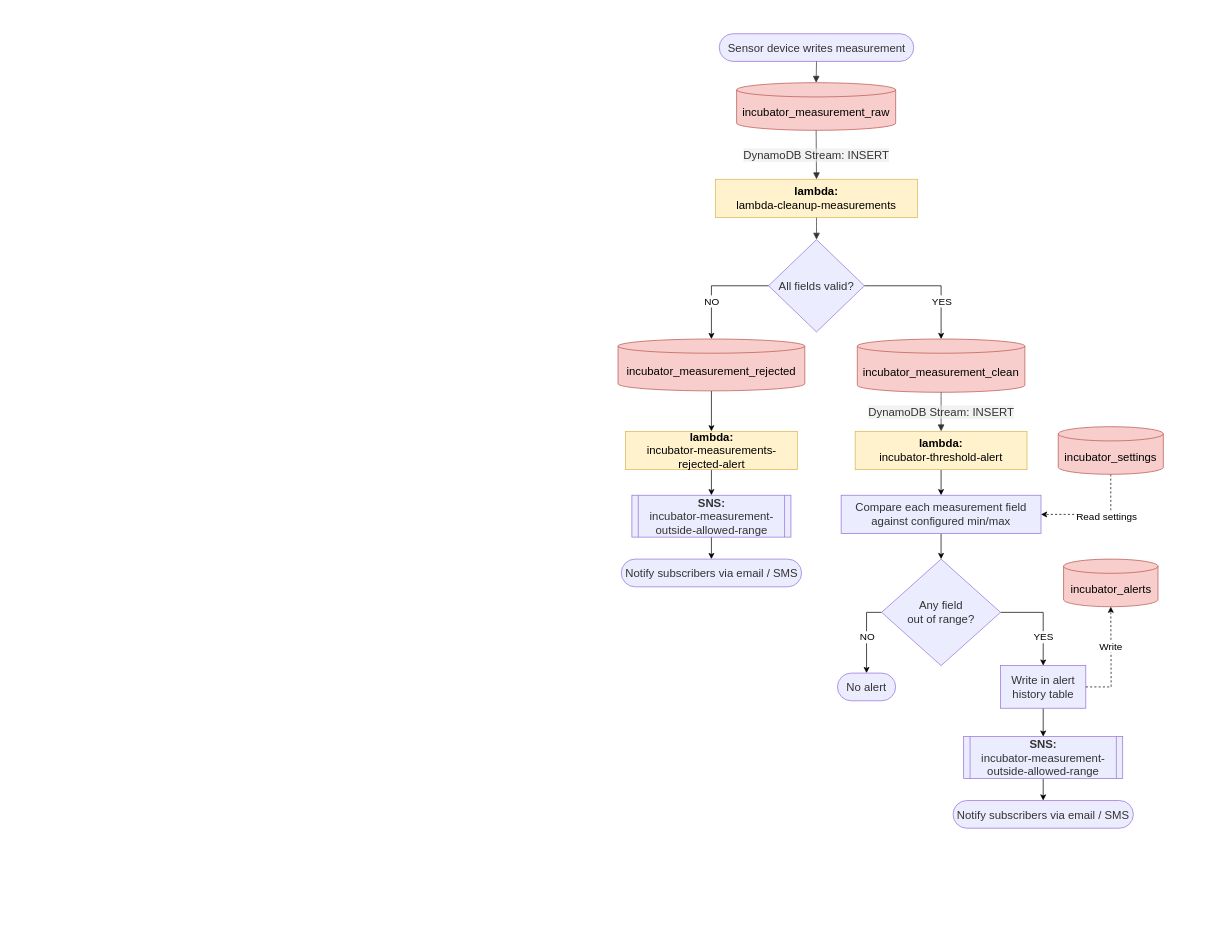
The draw.io diagram incubator_alerting_lambdas_AWS.drawio in goblingift/DrawIO, before the edit. Source tidied: cells renumbered, new cells numbered last; positions are measured from the earlier drawing's top-left corner, leaving out a move shared by most shapes. Both pictures are drawn from the tidied source at 71%, with x=0, y=0 at pixel (12, 12).
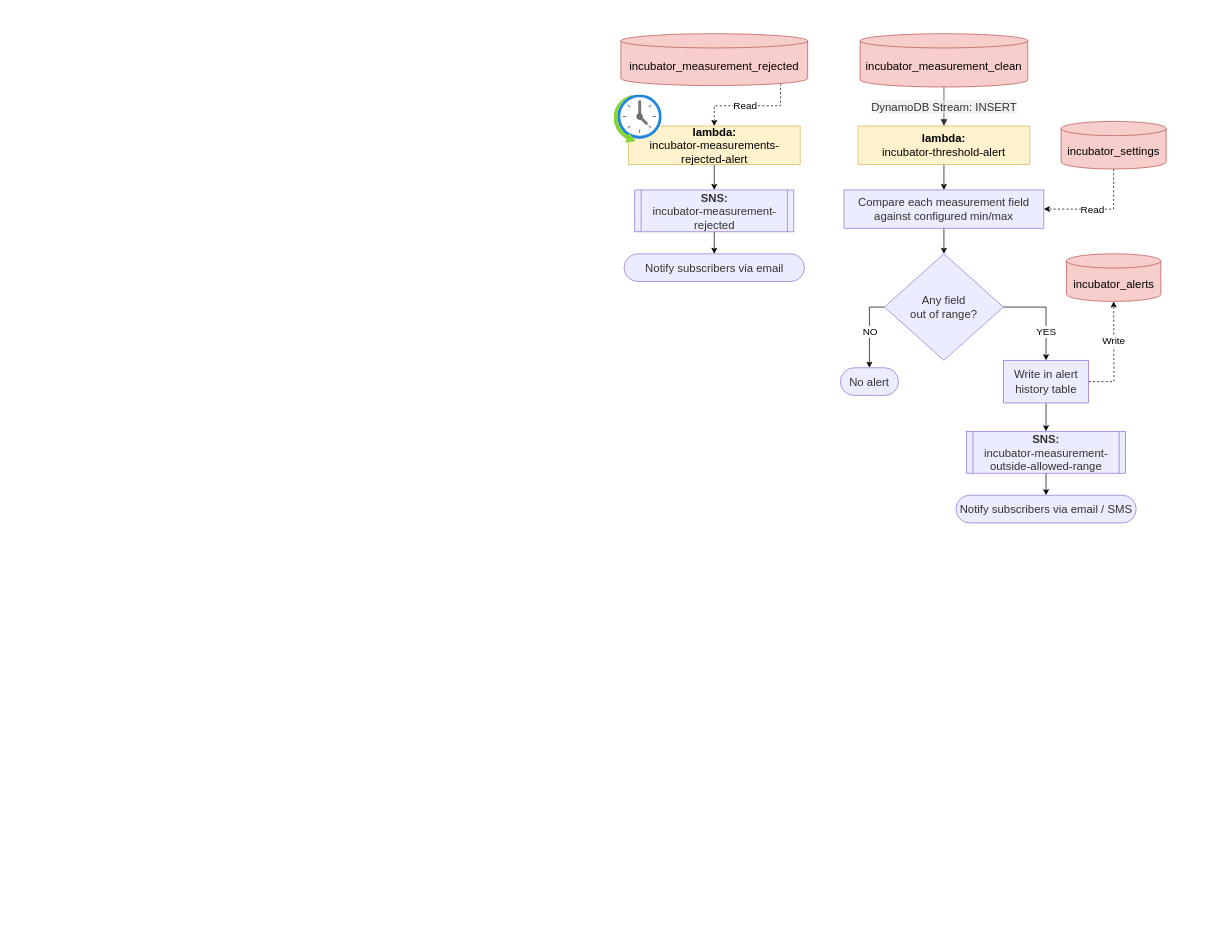
The same page after the edit.

The change refers to these unchanged cells:
```xml
<mxCell id="2" style="group;transparentBounds=1;editIcon=1;lockedGroup=0;groupPadding=20;fontFamily=Arial;" parent="1" vertex="1">
  <mxGeometry width="1697" height="1299" as="geometry" />
</mxCell>
<mxCell id="14" style="edgeStyle=orthogonalEdgeStyle;rounded=0;jettySize=auto;html=1;exitX=0;exitY=0.5;exitDx=0;exitDy=0;entryX=0.5;entryY=0;entryDx=0;entryDy=0;" parent="2" edge="1" source="18" target="19">
  <mxGeometry relative="1" as="geometry" />
</mxCell>
<mxCell id="16" style="edgeStyle=orthogonalEdgeStyle;rounded=0;jettySize=auto;html=1;exitX=1;exitY=0.5;exitDx=0;exitDy=0;entryX=0.5;entryY=0;entryDx=0;entryDy=0;" parent="2" edge="1" source="18" target="36">
  <mxGeometry relative="1" as="geometry" />
</mxCell>
<mxCell id="28" style="edgeStyle=orthogonalEdgeStyle;rounded=0;jettySize=auto;html=1;entryX=1;entryY=0.5;entryDx=0;entryDy=0;startArrow=none;startFill=0;dashed=1;exitX=0.5;exitY=1;exitDx=0;exitDy=0;exitPerimeter=0;endArrow=classic;endFill=1;" parent="2" edge="1" source="30" target="13">
  <mxGeometry relative="1" as="geometry" />
</mxCell>
```

The edit, as a diff of the source:
```diff
@@
-    <mxCell id="3" value="Sensor device writes measurement" style="html=1;rounded=1;whiteSpace=wrap;arcSize=50;strokeWidth=1;fillColor=light-dark(#ECECFF,#1f2020);strokeColor=light-dark(#9370DB,#cccccc);fontColor=light-dark(#333333,#cccccc);fontFamily=Arial;fontSize=16;" parent="2" vertex="1">
-      <mxGeometry x="995.5" y="30" width="274" height="39" as="geometry" />
-    </mxCell>
-    <mxCell id="4" value="incubator_measurement_raw" style="html=1;shape=cylinder3;boundedLbl=1;backgroundOutline=1;size=10;strokeWidth=1;whiteSpace=wrap;fillColor=#f8cecc;strokeColor=#b85450;fontFamily=Arial;fontSize=16;" parent="2" vertex="1">
-      <mxGeometry x="1020" y="99" width="224" height="67" as="geometry" />
-    </mxCell>
-    <mxCell id="5" value="&lt;b&gt;lambda:&lt;br&gt;&lt;/b&gt;lambda-cleanup-measurements" style="html=1;whiteSpace=wrap;strokeWidth=1;fillColor=#fff2cc;strokeColor=#d6b656;fontFamily=Arial;fontSize=16;" parent="2" vertex="1">
-      <mxGeometry x="990" y="235" width="285" height="54" as="geometry" />
-    </mxCell>
-    <mxCell id="6" value="All fields valid?" style="rhombus;html=1;strokeWidth=1;whiteSpace=wrap;fillColor=light-dark(#ECECFF,#1f2020);strokeColor=light-dark(#9370DB,#cccccc);fontColor=light-dark(#333333,#cccccc);fontFamily=Arial;fontSize=16;" parent="2" vertex="1">
-      <mxGeometry x="1065" y="320" width="135" height="130" as="geometry" />
-    </mxCell>
     <mxCell id="7" value="incubator_measurement_clean" style="html=1;shape=cylinder3;boundedLbl=1;backgroundOutline=1;size=10;strokeWidth=1;whiteSpace=wrap;fillColor=#f8cecc;strokeColor=#b85450;fontFamily=Arial;fontSize=16;" parent="2" vertex="1">
-      <mxGeometry x="1190" y="460" width="236" height="75" as="geometry" />
+      <mxGeometry x="1194" y="30" width="236" height="75" as="geometry" />
     </mxCell>
-    <mxCell id="8" style="edgeStyle=orthogonalEdgeStyle;rounded=0;jettySize=auto;html=1;exitX=0.5;exitY=1;exitDx=0;exitDy=0;exitPerimeter=0;entryX=0.5;entryY=0;entryDx=0;entryDy=0;" parent="2" edge="1" source="9" target="39">
+    <mxCell id="8" style="edgeStyle=orthogonalEdgeStyle;rounded=0;jettySize=auto;html=1;exitX=0.855;exitY=1;exitDx=0;exitDy=-2.9;exitPerimeter=0;entryX=0.5;entryY=0;entryDx=0;entryDy=0;dashed=1;" parent="2" edge="1" source="9" target="39">
       <mxGeometry relative="1" as="geometry" />
     </mxCell>
+    <mxCell id="43" value="&lt;font face=&quot;Arial&quot; style=&quot;font-size: 14px;&quot;&gt;Read&lt;/font&gt;" style="edgeLabel;html=1;align=center;verticalAlign=middle;" parent="8" vertex="1">
+      <mxGeometry x="0.07" relative="1" as="geometry" />
+    </mxCell>
     <mxCell id="9" value="incubator_measurement_rejected" style="html=1;shape=cylinder3;boundedLbl=1;backgroundOutline=1;size=10;strokeWidth=1;whiteSpace=wrap;fillColor=#f8cecc;strokeColor=#b85450;fontFamily=Arial;fontSize=16;" parent="2" vertex="1">
-      <mxGeometry x="853" y="460" width="263" height="73" as="geometry" />
+      <mxGeometry x="857" y="30" width="263" height="73" as="geometry" />
     </mxCell>
@@
     <mxCell id="11" value="&lt;b&gt;lambda:&lt;br&gt;&lt;/b&gt;incubator-threshold-alert" style="html=1;whiteSpace=wrap;strokeWidth=1;fillColor=#fff2cc;strokeColor=#d6b656;fontFamily=Arial;fontSize=16;" parent="2" vertex="1">
-      <mxGeometry x="1187" y="590" width="242" height="54" as="geometry" />
+      <mxGeometry x="1191" y="160" width="242" height="54" as="geometry" />
     </mxCell>
@@
     <mxCell id="13" value="Compare each measurement field&#10;against configured min/max" style="html=1;whiteSpace=wrap;strokeWidth=1;fillColor=light-dark(#ECECFF,#1f2020);strokeColor=light-dark(#9370DB,#cccccc);fontColor=light-dark(#333333,#cccccc);fontFamily=Arial;fontSize=16;" parent="2" vertex="1">
-      <mxGeometry x="1167.2" y="680" width="281.5" height="54" as="geometry" />
+      <mxGeometry x="1171.2" y="250" width="281.5" height="54" as="geometry" />
     </mxCell>
@@
-    <mxCell id="15" value="NO" style="edgeLabel;html=1;align=center;verticalAlign=middle;fontSize=14;" parent="14" vertex="1">
+    <mxCell id="15" value="&lt;font face=&quot;Arial&quot;&gt;NO&lt;/font&gt;" style="edgeLabel;html=1;align=center;verticalAlign=middle;fontSize=14;" parent="14" vertex="1">
       <mxGeometry x="0.46" y="-1" relative="1" as="geometry">
         <mxPoint x="1" y="-22" as="offset" />
       </mxGeometry>
     </mxCell>
@@
-    <mxCell id="17" value="&lt;font style=&quot;font-size: 14px;&quot;&gt;YES&lt;/font&gt;" style="edgeLabel;html=1;align=center;verticalAlign=middle;" parent="16" vertex="1">
+    <mxCell id="17" value="&lt;font style=&quot;font-size: 14px;&quot; face=&quot;Arial&quot;&gt;YES&lt;/font&gt;" style="edgeLabel;html=1;align=center;verticalAlign=middle;" parent="16" vertex="1">
       <mxGeometry x="0.6" relative="1" as="geometry">
         <mxPoint y="-13" as="offset" />
       </mxGeometry>
     </mxCell>
     <mxCell id="18" value="Any field&#10;out of range?" style="rhombus;html=1;strokeWidth=1;whiteSpace=wrap;fillColor=light-dark(#ECECFF,#1f2020);strokeColor=light-dark(#9370DB,#cccccc);fontColor=light-dark(#333333,#cccccc);fontFamily=Arial;fontSize=16;" parent="2" vertex="1">
-      <mxGeometry x="1224.2" y="770" width="167.5" height="150" as="geometry" />
+      <mxGeometry x="1228.2" y="340" width="167.5" height="150" as="geometry" />
     </mxCell>
     <mxCell id="19" value="No alert" style="html=1;rounded=1;whiteSpace=wrap;arcSize=50;strokeWidth=1;fillColor=light-dark(#ECECFF,#1f2020);strokeColor=light-dark(#9370DB,#cccccc);fontColor=light-dark(#333333,#cccccc);fontFamily=Arial;fontSize=16;" parent="2" vertex="1">
-      <mxGeometry x="1162" y="930.5" width="82" height="39" as="geometry" />
+      <mxGeometry x="1166" y="500.5" width="82" height="39" as="geometry" />
     </mxCell>
     <mxCell id="20" value="incubator_alerts" style="html=1;shape=cylinder3;boundedLbl=1;backgroundOutline=1;size=10;strokeWidth=1;whiteSpace=wrap;fillColor=#f8cecc;strokeColor=#b85450;fontFamily=Arial;fontSize=16;" parent="2" vertex="1">
-      <mxGeometry x="1480.5" y="770" width="133" height="67" as="geometry" />
+      <mxGeometry x="1484.5" y="340" width="133" height="67" as="geometry" />
     </mxCell>
@@
     <mxCell id="22" value="&lt;b&gt;SNS:&lt;br&gt;&lt;/b&gt;incubator-measurement-&lt;br&gt;outside-allowed-range" style="html=1;strokeWidth=1;shape=process;whiteSpace=wrap;size=0.04;fillColor=light-dark(#ECECFF,#1f2020);strokeColor=light-dark(#9370DB,#cccccc);fontColor=light-dark(#333333,#cccccc);fontFamily=Arial;fontSize=16;" parent="2" vertex="1">
-      <mxGeometry x="1339.8" y="1020" width="224" height="59" as="geometry" />
+      <mxGeometry x="1343.8" y="590" width="224" height="59" as="geometry" />
     </mxCell>
     <mxCell id="23" value="Notify subscribers via email / SMS" style="html=1;rounded=1;whiteSpace=wrap;arcSize=50;strokeWidth=1;fillColor=light-dark(#ECECFF,#1f2020);strokeColor=light-dark(#9370DB,#cccccc);fontColor=light-dark(#333333,#cccccc);fontFamily=Arial;fontSize=16;" parent="2" vertex="1">
-      <mxGeometry x="1324.8" y="1110" width="254" height="39" as="geometry" />
+      <mxGeometry x="1328.8" y="680" width="254" height="39" as="geometry" />
     </mxCell>
-    <mxCell id="24" style="curved=1;startArrow=none;endArrow=block;endSize=7;strokeColor=light-dark(#333333,#cccccc);exitX=0.5;exitY=1;entryX=0.5;entryY=0;rounded=0;fontFamily=Arial;" parent="2" edge="1" source="3" target="4">
-      <mxGeometry relative="1" as="geometry" />
-    </mxCell>
-    <mxCell id="25" value="DynamoDB Stream: INSERT" style="curved=1;startArrow=none;endArrow=block;endSize=7;strokeColor=light-dark(#333333,#cccccc);html=1;fontSize=16;labelBackgroundColor=light-dark(#E8E8E88D,#2a2a2a8D);fontFamily=Arial;fontColor=light-dark(#333333,#cccccc);exitX=0.5;exitY=1;entryX=0.5;entryY=0;rounded=0;" parent="2" edge="1" source="4" target="5">
-      <mxGeometry relative="1" as="geometry" />
-    </mxCell>
-    <mxCell id="26" style="curved=1;startArrow=none;endArrow=block;endSize=7;strokeColor=light-dark(#333333,#cccccc);exitX=0.5;exitY=1;entryX=0.5;entryY=0;rounded=0;fontFamily=Arial;" parent="2" edge="1" source="5" target="6">
-      <mxGeometry relative="1" as="geometry" />
-    </mxCell>
@@
-    <mxCell id="29" value="Read settings" style="edgeLabel;html=1;align=center;verticalAlign=middle;fontSize=14;" parent="28" vertex="1">
-      <mxGeometry x="-0.18" y="2" relative="1" as="geometry" />
+    <mxCell id="29" value="&lt;font face=&quot;Arial&quot;&gt;Read&lt;/font&gt;" style="edgeLabel;html=1;align=center;verticalAlign=middle;fontSize=14;" parent="28" vertex="1">
+      <mxGeometry x="-0.18" y="2" relative="1" as="geometry">
+        <mxPoint x="-24" y="-2" as="offset" />
+      </mxGeometry>
     </mxCell>
     <mxCell id="30" value="incubator_settings" style="html=1;shape=cylinder3;boundedLbl=1;backgroundOutline=1;size=10;strokeWidth=1;whiteSpace=wrap;fillColor=#f8cecc;strokeColor=#b85450;fontFamily=Arial;fontSize=16;" parent="2" vertex="1">
-      <mxGeometry x="1473" y="583.5" width="148" height="67" as="geometry" />
+      <mxGeometry x="1477" y="153.5" width="148" height="67" as="geometry" />
     </mxCell>
-    <mxCell id="31" style="edgeStyle=orthogonalEdgeStyle;rounded=0;jettySize=auto;html=1;exitX=0;exitY=0.5;exitDx=0;exitDy=0;entryX=0.5;entryY=0;entryDx=0;entryDy=0;entryPerimeter=0;fontFamily=Arial;" parent="2" edge="1" source="6" target="9">
-      <mxGeometry relative="1" as="geometry" />
-    </mxCell>
-    <mxCell id="32" value="NO" style="edgeLabel;html=1;align=center;verticalAlign=middle;fontSize=14;fontFamily=Arial;" parent="31" vertex="1">
-      <mxGeometry x="0.21" relative="1" as="geometry">
-        <mxPoint y="8" as="offset" />
-      </mxGeometry>
-    </mxCell>
-    <mxCell id="33" style="edgeStyle=orthogonalEdgeStyle;rounded=0;jettySize=auto;html=1;exitX=1;exitY=0.5;exitDx=0;exitDy=0;entryX=0.5;entryY=0;entryDx=0;entryDy=0;entryPerimeter=0;fontFamily=Arial;" parent="2" edge="1" source="6" target="7">
-      <mxGeometry relative="1" as="geometry" />
-    </mxCell>
-    <mxCell id="34" value="YES" style="edgeLabel;html=1;align=center;verticalAlign=middle;fontSize=14;fontFamily=Arial;" parent="33" vertex="1">
-      <mxGeometry x="0.25" relative="1" as="geometry">
-        <mxPoint y="15" as="offset" />
-      </mxGeometry>
-    </mxCell>
@@
     <mxCell id="36" value="Write in alert history table" style="whiteSpace=wrap;html=1;fontSize=16;fontFamily=Arial;fillColor=light-dark(#ECECFF,#1f2020);strokeColor=light-dark(#9370DB,#cccccc);fontColor=light-dark(#333333,#cccccc);strokeWidth=1;" parent="2" vertex="1">
-      <mxGeometry x="1391.8" y="920" width="120" height="60" as="geometry" />
+      <mxGeometry x="1395.8" y="490" width="120" height="60" as="geometry" />
     </mxCell>
-    <mxCell id="37" value="&lt;font style=&quot;font-size: 14px;&quot;&gt;Write&lt;/font&gt;" style="edgeStyle=orthogonalEdgeStyle;rounded=0;jettySize=auto;html=1;exitX=1;exitY=0.5;exitDx=0;exitDy=0;entryX=0.5;entryY=1;entryDx=0;entryDy=0;entryPerimeter=0;dashed=1;" parent="2" edge="1" source="36">
+    <mxCell id="37" value="&lt;font style=&quot;font-size: 14px;&quot; face=&quot;Arial&quot;&gt;Write&lt;/font&gt;" style="edgeStyle=orthogonalEdgeStyle;rounded=0;jettySize=auto;html=1;exitX=1;exitY=0.5;exitDx=0;exitDy=0;entryX=0.5;entryY=1;entryDx=0;entryDy=0;entryPerimeter=0;dashed=1;" parent="2" edge="1" source="36">
       <mxGeometry x="0.25" relative="1" as="geometry">
-        <mxPoint x="1547" y="837" as="targetPoint" />
+        <mxPoint x="1551" y="407" as="targetPoint" />
       </mxGeometry>
     </mxCell>
@@
     <mxCell id="39" value="&lt;b&gt;lambda:&lt;br&gt;&lt;/b&gt;incubator-measurements-rejected-alert" style="html=1;whiteSpace=wrap;strokeWidth=1;fillColor=#fff2cc;strokeColor=#d6b656;fontFamily=Arial;fontSize=16;" parent="2" vertex="1">
-      <mxGeometry x="863.5" y="590" width="242" height="54" as="geometry" />
+      <mxGeometry x="867.5" y="160" width="242" height="54" as="geometry" />
     </mxCell>
@@
-    <mxCell id="41" value="&lt;b&gt;SNS:&lt;br&gt;&lt;/b&gt;incubator-measurement-&lt;br&gt;outside-allowed-range" style="html=1;strokeWidth=1;shape=process;whiteSpace=wrap;size=0.04;fillColor=light-dark(#ECECFF,#1f2020);strokeColor=light-dark(#9370DB,#cccccc);fontColor=light-dark(#333333,#cccccc);fontFamily=Arial;fontSize=16;" parent="2" vertex="1">
-      <mxGeometry x="872.5" y="680" width="224" height="59" as="geometry" />
+    <mxCell id="41" value="&lt;b&gt;SNS:&lt;br&gt;&lt;/b&gt;incubator-measurement-rejected" style="html=1;strokeWidth=1;shape=process;whiteSpace=wrap;size=0.04;fillColor=light-dark(#ECECFF,#1f2020);strokeColor=light-dark(#9370DB,#cccccc);fontColor=light-dark(#333333,#cccccc);fontFamily=Arial;fontSize=16;" parent="2" vertex="1">
+      <mxGeometry x="876.5" y="250" width="224" height="59" as="geometry" />
     </mxCell>
-    <mxCell id="42" value="Notify subscribers via email / SMS" style="html=1;rounded=1;whiteSpace=wrap;arcSize=50;strokeWidth=1;fillColor=light-dark(#ECECFF,#1f2020);strokeColor=light-dark(#9370DB,#cccccc);fontColor=light-dark(#333333,#cccccc);fontFamily=Arial;fontSize=16;" parent="2" vertex="1">
-      <mxGeometry x="857.5" y="770" width="254" height="39" as="geometry" />
+    <mxCell id="42" value="Notify subscribers via email" style="html=1;rounded=1;whiteSpace=wrap;arcSize=50;strokeWidth=1;fillColor=light-dark(#ECECFF,#1f2020);strokeColor=light-dark(#9370DB,#cccccc);fontColor=light-dark(#333333,#cccccc);fontFamily=Arial;fontSize=16;" parent="2" vertex="1">
+      <mxGeometry x="861.5" y="340" width="254" height="39" as="geometry" />
     </mxCell>
+    <mxCell id="44" style="image;html=1;align=center;fontSize=12;image=img/lib/azure2/general/Scheduler.svg;" parent="2" vertex="1">
+      <mxGeometry x="847" y="116" width="68" height="68" as="geometry" />
+    </mxCell>
```
